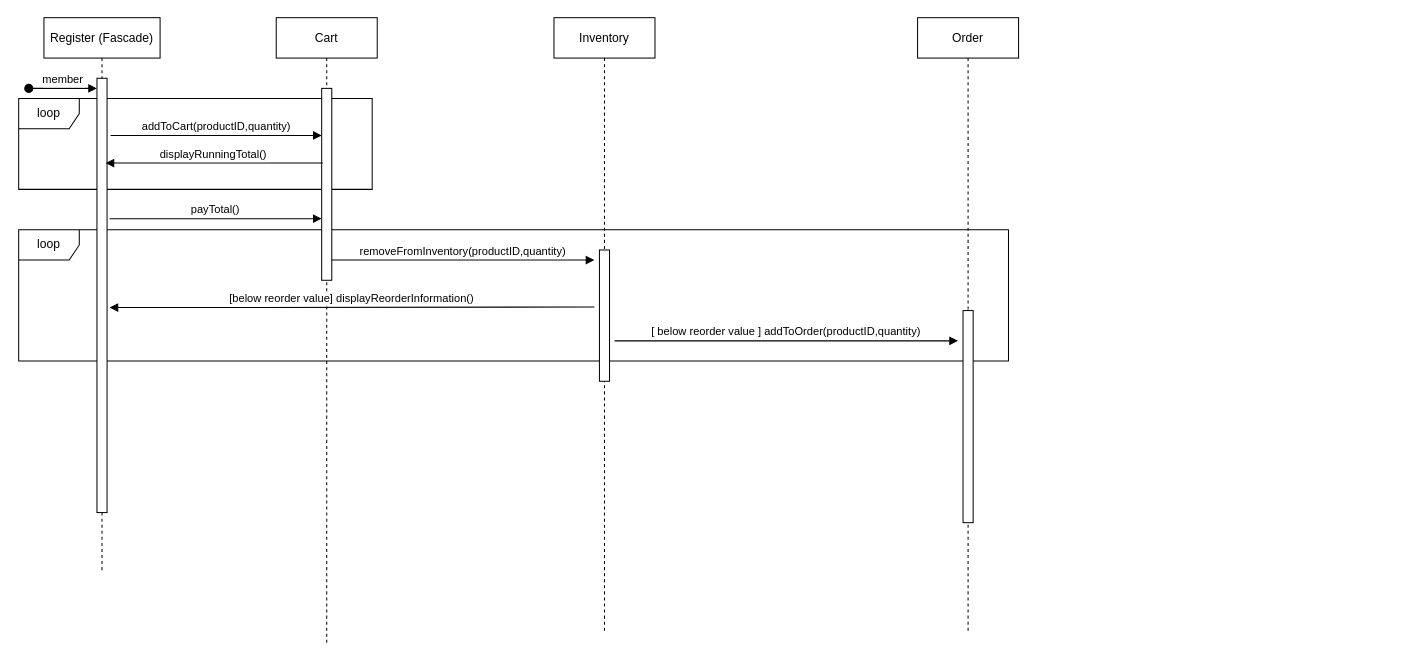
Above: doc/usecase4.drawio in nathanfrommpls/ics372-01-gp1 (draw.io), before the change. Source tidied: cells renumbered, new cells numbered last; positions are measured from the earlier drawing's top-left corner, leaving out a move shared by most shapes. Both pictures are drawn from the tidied source at 101%, with x=0, y=0 at pixel (18, 17).
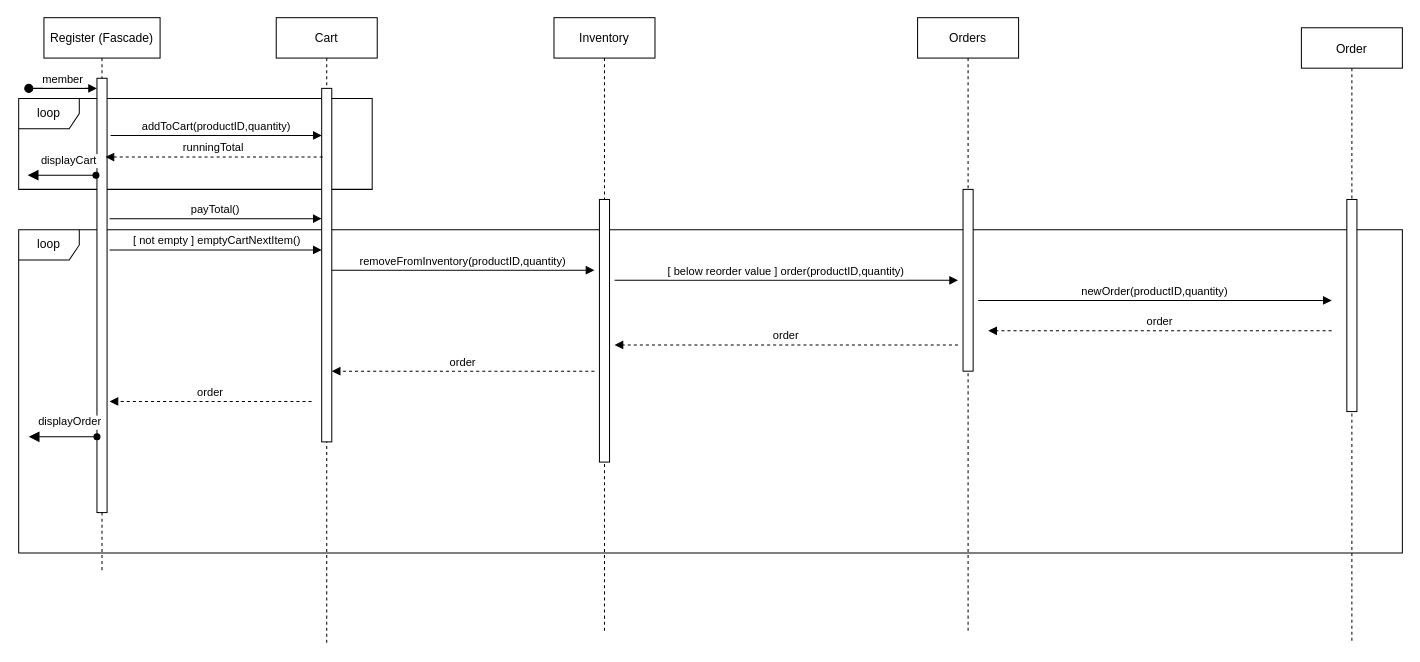
The same diagram, later.

Unchanged cells that the change refers to:
```xml
<mxCell id="7" value="Cart" style="shape=umlLifeline;perimeter=lifelinePerimeter;rounded=0;shadow=0;strokeWidth=1;" parent="1" vertex="1">
  <mxGeometry x="255" width="100" height="620" as="geometry" />
</mxCell>
<mxCell id="12" value="Inventory" style="shape=umlLifeline;perimeter=lifelinePerimeter;rounded=0;shadow=0;strokeWidth=1;" parent="1" vertex="1">
  <mxGeometry x="530" width="100" height="610" as="geometry" />
</mxCell>
```

The edit, as a diff of the source:
```diff
@@
     <mxCell id="2" value="loop" style="shape=umlFrame;whiteSpace=wrap;html=1;" parent="1" vertex="1">
-      <mxGeometry y="210" width="980" height="130" as="geometry" />
+      <mxGeometry y="210" width="1370" height="320" as="geometry" />
     </mxCell>
@@
     <mxCell id="8" style="perimeter=orthogonalPerimeter;rounded=0;shadow=0;strokeWidth=1;" parent="7" vertex="1">
-      <mxGeometry x="45" y="70" width="10" height="190" as="geometry" />
+      <mxGeometry x="45" y="70" width="10" height="350" as="geometry" />
     </mxCell>
@@
-    <mxCell id="10" value="displayRunningTotal()" style="verticalAlign=bottom;endArrow=block;entryX=1;entryY=0;shadow=0;strokeWidth=1;" parent="1" edge="1">
+    <mxCell id="10" value="runningTotal" style="verticalAlign=bottom;endArrow=block;entryX=1;entryY=0;shadow=0;strokeWidth=1;dashed=1;" parent="1" edge="1">
       <mxGeometry relative="1" as="geometry">
-        <mxPoint x="301" y="144" as="sourcePoint" />
-        <mxPoint x="86" y="144" as="targetPoint" />
+        <mxPoint x="301" y="138" as="sourcePoint" />
+        <mxPoint x="86" y="138" as="targetPoint" />
       </mxGeometry>
     </mxCell>
@@
     <mxCell id="13" style="perimeter=orthogonalPerimeter;rounded=0;shadow=0;strokeWidth=1;" parent="12" vertex="1">
-      <mxGeometry x="45" y="230" width="10" height="130" as="geometry" />
+      <mxGeometry x="45" y="180" width="10" height="260" as="geometry" />
     </mxCell>
     <mxCell id="14" value="removeFromInventory(productID,quantity)" style="verticalAlign=bottom;endArrow=block;shadow=0;strokeWidth=1;exitX=1.35;exitY=0.211;exitDx=0;exitDy=0;exitPerimeter=0;" parent="1" edge="1">
       <mxGeometry relative="1" as="geometry">
-        <mxPoint x="310" y="240" as="sourcePoint" />
-        <mxPoint x="570" y="240" as="targetPoint" />
+        <mxPoint x="310" y="250" as="sourcePoint" />
+        <mxPoint x="570" y="250" as="targetPoint" />
       </mxGeometry>
     </mxCell>
-    <mxCell id="15" value="[below reorder value] displayReorderInformation()" style="verticalAlign=bottom;endArrow=block;shadow=0;strokeWidth=1;" parent="1" edge="1">
-      <mxGeometry relative="1" as="geometry">
-        <mxPoint x="570" y="286.5" as="sourcePoint" />
-        <mxPoint x="90" y="287" as="targetPoint" />
-      </mxGeometry>
-    </mxCell>
-    <mxCell id="16" value="Order" style="shape=umlLifeline;perimeter=lifelinePerimeter;rounded=0;shadow=0;strokeWidth=1;" parent="1" vertex="1">
+    <mxCell id="16" value="Orders" style="shape=umlLifeline;perimeter=lifelinePerimeter;rounded=0;shadow=0;strokeWidth=1;" parent="1" vertex="1">
       <mxGeometry x="890" width="100" height="610" as="geometry" />
     </mxCell>
     <mxCell id="17" style="perimeter=orthogonalPerimeter;rounded=0;shadow=0;strokeWidth=1;" parent="16" vertex="1">
-      <mxGeometry x="45" y="290" width="10" height="210" as="geometry" />
+      <mxGeometry x="45" y="170" width="10" height="180" as="geometry" />
     </mxCell>
-    <mxCell id="18" value="[ below reorder value ] addToOrder(productID,quantity)" style="verticalAlign=bottom;endArrow=block;shadow=0;strokeWidth=1;exitX=1.35;exitY=0.211;exitDx=0;exitDy=0;exitPerimeter=0;" parent="1" edge="1">
+    <mxCell id="18" value="[ below reorder value ] order(productID,quantity)" style="verticalAlign=bottom;endArrow=block;shadow=0;strokeWidth=1;exitX=1.35;exitY=0.211;exitDx=0;exitDy=0;exitPerimeter=0;" parent="1" edge="1">
       <mxGeometry relative="1" as="geometry">
-        <mxPoint x="590" y="320" as="sourcePoint" />
-        <mxPoint x="930" y="320" as="targetPoint" />
+        <mxPoint x="590" y="260" as="sourcePoint" />
+        <mxPoint x="930" y="260" as="targetPoint" />
       </mxGeometry>
     </mxCell>
+    <mxCell id="19" value="Order" style="shape=umlLifeline;perimeter=lifelinePerimeter;rounded=0;shadow=0;strokeWidth=1;size=40;" parent="1" vertex="1">
+      <mxGeometry x="1270" y="10" width="100" height="610" as="geometry" />
+    </mxCell>
+    <mxCell id="20" style="perimeter=orthogonalPerimeter;rounded=0;shadow=0;strokeWidth=1;" parent="19" vertex="1">
+      <mxGeometry x="45" y="170" width="10" height="210" as="geometry" />
+    </mxCell>
+    <mxCell id="21" value="newOrder(productID,quantity)" style="verticalAlign=bottom;endArrow=block;shadow=0;strokeWidth=1;exitX=1.35;exitY=0.211;exitDx=0;exitDy=0;exitPerimeter=0;" parent="1" edge="1">
+      <mxGeometry relative="1" as="geometry">
+        <mxPoint x="950" y="280" as="sourcePoint" />
+        <mxPoint x="1300" y="280" as="targetPoint" />
+      </mxGeometry>
+    </mxCell>
+    <mxCell id="22" value="order" style="verticalAlign=bottom;endArrow=block;shadow=0;strokeWidth=1;dashed=1;" parent="1" edge="1">
+      <mxGeometry relative="1" as="geometry">
+        <mxPoint x="1300" y="310" as="sourcePoint" />
+        <mxPoint x="960" y="310" as="targetPoint" />
+      </mxGeometry>
+    </mxCell>
+    <mxCell id="23" value="order" style="verticalAlign=bottom;endArrow=block;shadow=0;strokeWidth=1;dashed=1;" parent="1" edge="1">
+      <mxGeometry relative="1" as="geometry">
+        <mxPoint x="930" y="324" as="sourcePoint" />
+        <mxPoint x="590" y="324" as="targetPoint" />
+      </mxGeometry>
+    </mxCell>
+    <mxCell id="24" value="order" style="verticalAlign=bottom;endArrow=block;shadow=0;strokeWidth=1;dashed=1;" parent="1" edge="1">
+      <mxGeometry relative="1" as="geometry">
+        <mxPoint x="570" y="350" as="sourcePoint" />
+        <mxPoint x="310" y="350" as="targetPoint" />
+      </mxGeometry>
+    </mxCell>
+    <mxCell id="25" value="order" style="verticalAlign=bottom;endArrow=block;shadow=0;strokeWidth=1;dashed=1;" parent="1" edge="1">
+      <mxGeometry relative="1" as="geometry">
+        <mxPoint x="290" y="380" as="sourcePoint" />
+        <mxPoint x="90" y="380" as="targetPoint" />
+      </mxGeometry>
+    </mxCell>
+    <mxCell id="26" value="displayCart" style="verticalAlign=bottom;startArrow=block;endArrow=oval;startSize=8;shadow=0;strokeWidth=1;startFill=1;endFill=1;" parent="1" edge="1">
+      <mxGeometry x="0.21" y="6" relative="1" as="geometry">
+        <mxPoint x="9" y="156" as="sourcePoint" />
+        <mxPoint x="76.5" y="156" as="targetPoint" />
+      </mxGeometry>
+    </mxCell>
+    <mxCell id="27" value="displayOrder" style="verticalAlign=bottom;startArrow=block;endArrow=oval;startSize=8;shadow=0;strokeWidth=1;startFill=1;endFill=1;" parent="1" edge="1">
+      <mxGeometry x="0.21" y="6" relative="1" as="geometry">
+        <mxPoint x="10" y="415" as="sourcePoint" />
+        <mxPoint x="77.5" y="415" as="targetPoint" />
+      </mxGeometry>
+    </mxCell>
+    <mxCell id="28" value=" [ not empty ] emptyCartNextItem()" style="verticalAlign=bottom;endArrow=block;shadow=0;strokeWidth=1;entryX=0.1;entryY=0.188;entryDx=0;entryDy=0;entryPerimeter=0;exitX=1.35;exitY=0.211;exitDx=0;exitDy=0;exitPerimeter=0;" parent="1" edge="1">
+      <mxGeometry relative="1" as="geometry">
+        <mxPoint x="90" y="230" as="sourcePoint" />
+        <mxPoint x="300" y="230" as="targetPoint" />
+      </mxGeometry>
+    </mxCell>
```
